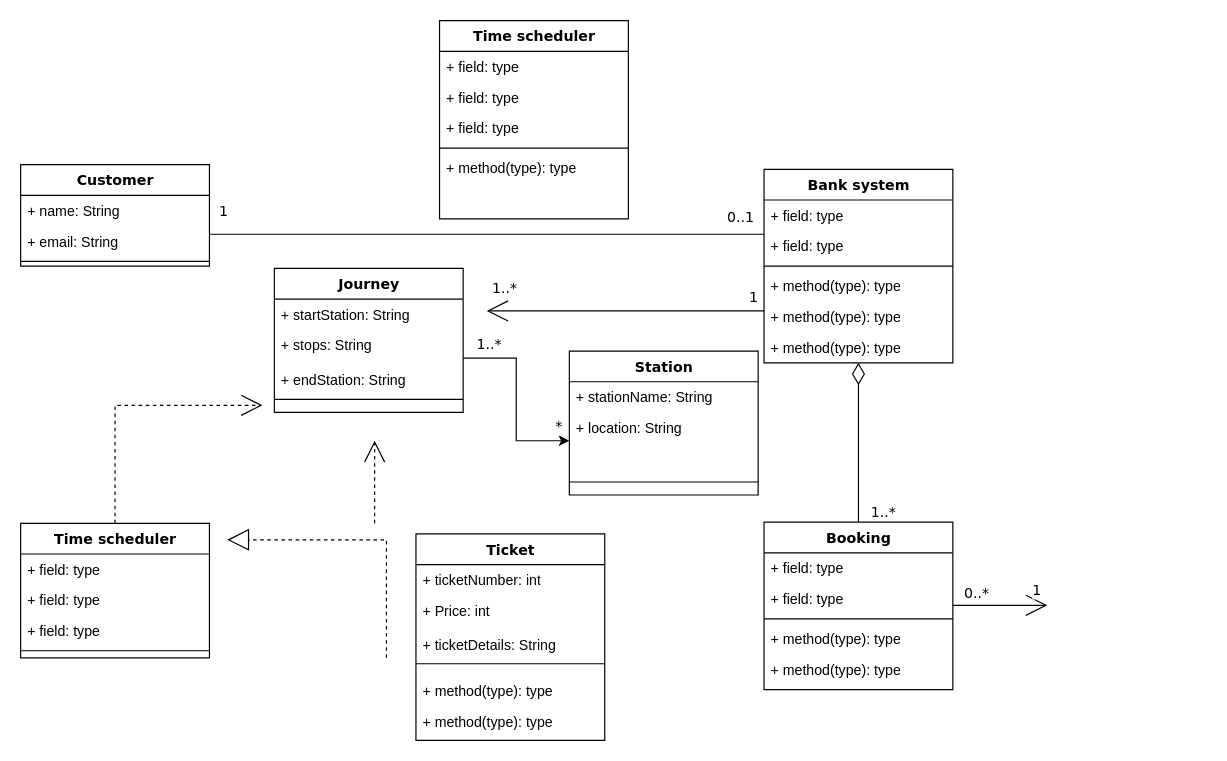
Earlier version of the draw.io diagram Class diagram.drawio (iafsh/TDDC88-lab3-UML). Source tidied: cells renumbered, new cells numbered last; positions are measured from the earlier drawing's top-left corner, leaving out a move shared by most shapes. Both pictures are drawn from the tidied source at 118%, with x=0, y=0 at pixel (20, 20).
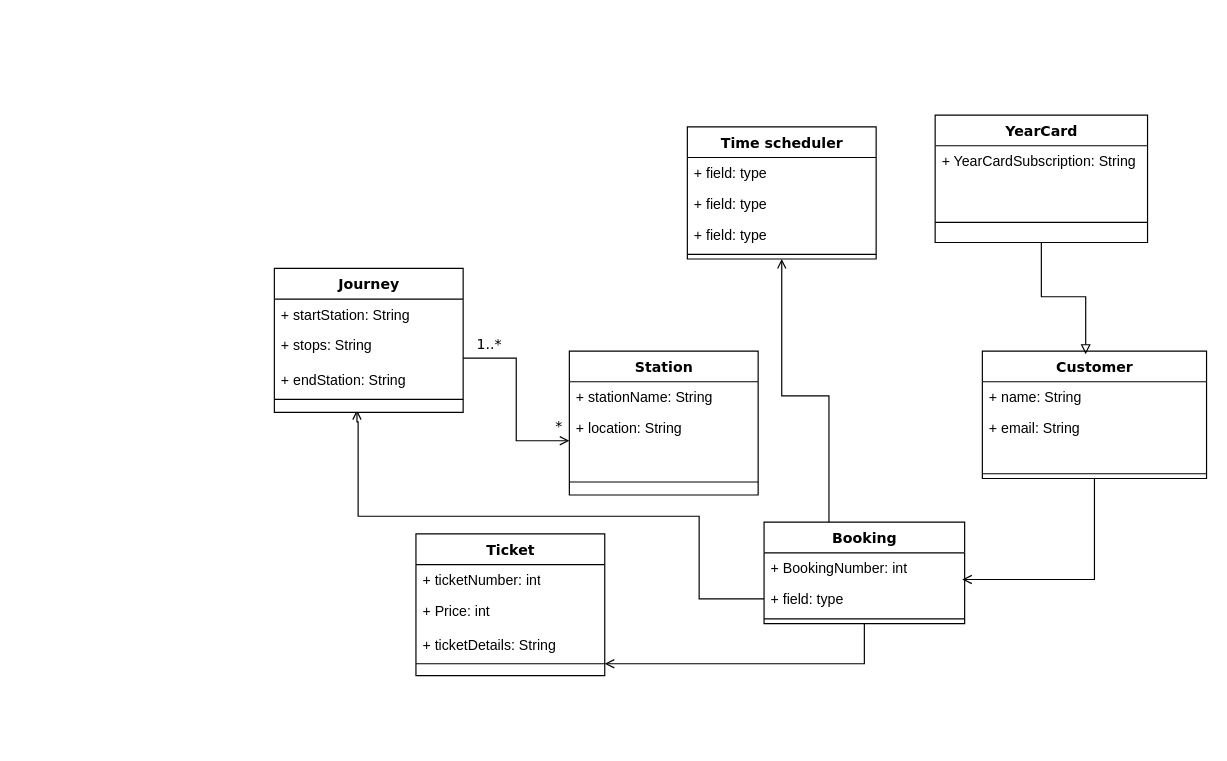
Above is the later version.

The change refers to these unchanged cells:
```xml
<mxCell id="41" style="line;html=1;strokeWidth=1;fillColor=none;align=left;verticalAlign=middle;spacingTop=-1;spacingLeft=3;spacingRight=3;labelPosition=right;points=[];portConstraint=eastwest;" parent="38" vertex="1">
  <mxGeometry y="100" width="160" height="20" as="geometry" />
</mxCell>
<mxCell id="52" value="&lt;div&gt;+ stops: String&lt;/div&gt;&lt;div&gt;&lt;br&gt;&lt;/div&gt;+ endStation: String&lt;div&gt;&lt;br&gt;&lt;/div&gt;&lt;div&gt;&lt;br&gt;&lt;/div&gt;" style="text;html=1;strokeColor=none;fillColor=none;align=left;verticalAlign=top;spacingLeft=4;spacingRight=4;whiteSpace=wrap;overflow=hidden;points=[[0,0.5],[1,0.5]];portConstraint=eastwest;" parent="50" vertex="1">
  <mxGeometry y="52" width="160" height="48" as="geometry" />
</mxCell>
<mxCell id="56" value="&lt;div&gt;+ location: String&lt;/div&gt;&lt;div&gt;&lt;br&gt;&lt;/div&gt;" style="text;html=1;strokeColor=none;fillColor=none;align=left;verticalAlign=top;spacingLeft=4;spacingRight=4;whiteSpace=wrap;overflow=hidden;points=[[0,0.5],[1,0.5]];portConstraint=eastwest;" parent="54" vertex="1">
  <mxGeometry y="52" width="160" height="48" as="geometry" />
</mxCell>
```

What changed in the source:
```diff
@@
-    <mxCell id="2" style="edgeStyle=orthogonalEdgeStyle;rounded=0;html=1;dashed=1;labelBackgroundColor=none;startArrow=none;startFill=0;startSize=8;endArrow=open;endFill=0;endSize=16;fontFamily=Verdana;fontSize=12;" parent="1" edge="1" source="3">
-      <mxGeometry relative="1" as="geometry">
-        <mxPoint x="205" y="326" as="targetPoint" />
-        <Array as="points">
-          <mxPoint x="80" y="326" />
-        </Array>
-      </mxGeometry>
-    </mxCell>
-    <mxCell id="3" value="Time scheduler" style="swimlane;html=1;fontStyle=1;align=center;verticalAlign=top;horizontal=1;startSize=26;swimlaneFillColor=#ffffff;rounded=0;shadow=0;comic=0;labelBackgroundColor=none;strokeWidth=1;fillColor=none;fontFamily=Verdana;fontSize=12;" parent="1" vertex="1">
-      <mxGeometry y="426" width="160" height="114" as="geometry" />
-    </mxCell>
-    <mxCell id="4" value="+ field: type" style="text;html=1;strokeColor=none;fillColor=none;align=left;verticalAlign=top;spacingLeft=4;spacingRight=4;whiteSpace=wrap;overflow=hidden;" parent="3" vertex="1">
-      <mxGeometry y="26" width="160" height="26" as="geometry" />
-    </mxCell>
-    <mxCell id="5" value="+ field: type" style="text;html=1;strokeColor=none;fillColor=none;align=left;verticalAlign=top;spacingLeft=4;spacingRight=4;whiteSpace=wrap;overflow=hidden;" parent="3" vertex="1">
-      <mxGeometry y="52" width="160" height="26" as="geometry" />
-    </mxCell>
-    <mxCell id="6" value="+ field: type" style="text;html=1;strokeColor=none;fillColor=none;align=left;verticalAlign=top;spacingLeft=4;spacingRight=4;whiteSpace=wrap;overflow=hidden;" parent="3" vertex="1">
-      <mxGeometry y="78" width="160" height="26" as="geometry" />
-    </mxCell>
-    <mxCell id="7" style="line;html=1;strokeWidth=1;fillColor=none;align=left;verticalAlign=middle;spacingTop=-1;spacingLeft=3;spacingRight=3;labelPosition=right;" parent="3" vertex="1">
-      <mxGeometry y="104" width="160" height="8" as="geometry" />
-    </mxCell>
     <mxCell id="8" value="Customer" style="swimlane;html=1;fontStyle=1;align=center;verticalAlign=top;horizontal=1;startSize=26;swimlaneFillColor=#ffffff;rounded=0;shadow=0;comic=0;labelBackgroundColor=none;strokeWidth=1;fillColor=none;fontFamily=Verdana;fontSize=12;" parent="1" vertex="1">
-      <mxGeometry y="122" width="160" height="86" as="geometry" />
+      <mxGeometry x="815" y="280" width="190" height="108" as="geometry" />
     </mxCell>
     <mxCell id="9" value="+ name: String" style="text;html=1;strokeColor=none;fillColor=none;align=left;verticalAlign=top;spacingLeft=4;spacingRight=4;whiteSpace=wrap;overflow=hidden;" parent="8" vertex="1">
-      <mxGeometry y="26" width="160" height="26" as="geometry" />
+      <mxGeometry y="26" width="190" height="26" as="geometry" />
     </mxCell>
     <mxCell id="10" value="+ email: String" style="text;html=1;strokeColor=none;fillColor=none;align=left;verticalAlign=top;spacingLeft=4;spacingRight=4;whiteSpace=wrap;overflow=hidden;" parent="8" vertex="1">
-      <mxGeometry y="52" width="160" height="26" as="geometry" />
+      <mxGeometry y="52" width="190" height="48" as="geometry" />
     </mxCell>
     <mxCell id="11" style="line;html=1;strokeWidth=1;fillColor=none;align=left;verticalAlign=middle;spacingTop=-1;spacingLeft=3;spacingRight=3;labelPosition=right;" parent="8" vertex="1">
-      <mxGeometry y="78" width="160" height="8" as="geometry" />
+      <mxGeometry y="100" width="190" height="8" as="geometry" />
     </mxCell>
-    <mxCell id="12" style="edgeStyle=orthogonalEdgeStyle;rounded=0;html=1;labelBackgroundColor=none;startArrow=none;startFill=0;startSize=8;endArrow=open;endFill=0;endSize=16;fontFamily=Verdana;fontSize=12;" parent="1" edge="1" source="18">
-      <mxGeometry relative="1" as="geometry">
-        <mxPoint x="395" y="246" as="targetPoint" />
-        <Array as="points">
-          <mxPoint x="470" y="246" />
-          <mxPoint x="470" y="246" />
-        </Array>
-      </mxGeometry>
-    </mxCell>
-    <mxCell id="13" value="1..*" style="text;html=1;align=center;verticalAlign=middle;labelBackgroundColor=#ffffff;fontSize=12;fontFamily=Verdana;" parent="12" vertex="1">
-      <mxGeometry x="0.86" y="2" relative="1" as="geometry">
-        <mxPoint x="-2" y="-22" as="offset" />
-      </mxGeometry>
-    </mxCell>
-    <mxCell id="14" value="1" style="text;html=1;align=center;verticalAlign=middle;labelBackgroundColor=#ffffff;fontSize=12;fontFamily=Verdana;" parent="12" vertex="1">
-      <mxGeometry x="0.36" y="152" relative="1" as="geometry">
-        <mxPoint x="150" y="-164" as="offset" />
-      </mxGeometry>
-    </mxCell>
-    <mxCell id="15" style="edgeStyle=orthogonalEdgeStyle;rounded=0;html=1;labelBackgroundColor=none;startArrow=none;startFill=0;startSize=8;endArrow=none;endFill=0;endSize=16;fontFamily=Verdana;fontSize=12;" parent="1" edge="1" source="18" target="8">
-      <mxGeometry relative="1" as="geometry">
-        <Array as="points">
-          <mxPoint x="530" y="181" />
-          <mxPoint x="530" y="181" />
-        </Array>
-      </mxGeometry>
-    </mxCell>
-    <mxCell id="16" value="0..1" style="text;html=1;align=center;verticalAlign=middle;labelBackgroundColor=#ffffff;fontSize=12;fontFamily=Verdana;" parent="15" vertex="1">
-      <mxGeometry x="-0.57" y="-86" relative="1" as="geometry">
-        <mxPoint x="80" y="71" as="offset" />
-      </mxGeometry>
-    </mxCell>
-    <mxCell id="17" value="1" style="text;html=1;align=center;verticalAlign=middle;labelBackgroundColor=#ffffff;fontSize=12;fontFamily=Verdana;" parent="15" vertex="1">
-      <mxGeometry x="0.89" y="-1" relative="1" as="geometry">
-        <mxPoint x="-15" y="-19" as="offset" />
-      </mxGeometry>
-    </mxCell>
-    <mxCell id="18" value="Bank system" style="swimlane;html=1;fontStyle=1;align=center;verticalAlign=top;horizontal=1;startSize=26;swimlaneFillColor=#ffffff;rounded=0;shadow=0;comic=0;labelBackgroundColor=none;strokeWidth=1;fillColor=none;fontFamily=Verdana;fontSize=12;" parent="1" vertex="1">
-      <mxGeometry x="630" y="126" width="160" height="164" as="geometry" />
-    </mxCell>
-    <mxCell id="19" value="+ field: type" style="text;html=1;strokeColor=none;fillColor=none;align=left;verticalAlign=top;spacingLeft=4;spacingRight=4;whiteSpace=wrap;overflow=hidden;" parent="18" vertex="1">
-      <mxGeometry y="26" width="160" height="26" as="geometry" />
-    </mxCell>
-    <mxCell id="20" value="+ field: type" style="text;html=1;strokeColor=none;fillColor=none;align=left;verticalAlign=top;spacingLeft=4;spacingRight=4;whiteSpace=wrap;overflow=hidden;" parent="18" vertex="1">
-      <mxGeometry y="52" width="160" height="26" as="geometry" />
-    </mxCell>
-    <mxCell id="21" style="line;html=1;strokeWidth=1;fillColor=none;align=left;verticalAlign=middle;spacingTop=-1;spacingLeft=3;spacingRight=3;labelPosition=right;" parent="18" vertex="1">
-      <mxGeometry y="78" width="160" height="8" as="geometry" />
-    </mxCell>
-    <mxCell id="22" value="+ method(type): type" style="text;html=1;strokeColor=none;fillColor=none;align=left;verticalAlign=top;spacingLeft=4;spacingRight=4;whiteSpace=wrap;overflow=hidden;" parent="18" vertex="1">
-      <mxGeometry y="86" width="160" height="26" as="geometry" />
-    </mxCell>
-    <mxCell id="23" value="+ method(type): type" style="text;html=1;strokeColor=none;fillColor=none;align=left;verticalAlign=top;spacingLeft=4;spacingRight=4;whiteSpace=wrap;overflow=hidden;" parent="18" vertex="1">
-      <mxGeometry y="112" width="160" height="26" as="geometry" />
-    </mxCell>
-    <mxCell id="24" value="+ method(type): type" style="text;html=1;strokeColor=none;fillColor=none;align=left;verticalAlign=top;spacingLeft=4;spacingRight=4;whiteSpace=wrap;overflow=hidden;" parent="18" vertex="1">
-      <mxGeometry y="138" width="160" height="26" as="geometry" />
-    </mxCell>
-    <mxCell id="25" style="edgeStyle=orthogonalEdgeStyle;rounded=0;html=1;dashed=1;labelBackgroundColor=none;startArrow=none;startFill=0;startSize=8;endArrow=open;endFill=0;endSize=16;fontFamily=Verdana;fontSize=12;" parent="1" edge="1">
-      <mxGeometry relative="1" as="geometry">
-        <mxPoint x="300" y="426" as="sourcePoint" />
-        <mxPoint x="300" y="356" as="targetPoint" />
-      </mxGeometry>
-    </mxCell>
-    <mxCell id="26" style="edgeStyle=orthogonalEdgeStyle;rounded=0;html=1;labelBackgroundColor=none;startArrow=none;startFill=0;startSize=8;endArrow=diamondThin;endFill=0;endSize=16;fontFamily=Verdana;fontSize=12;" parent="1" edge="1" source="31" target="18">
-      <mxGeometry relative="1" as="geometry" />
-    </mxCell>
-    <mxCell id="27" value="1..*" style="text;html=1;align=center;verticalAlign=middle;labelBackgroundColor=#ffffff;fontSize=12;fontFamily=Verdana;" parent="26" vertex="1">
-      <mxGeometry x="-0.85" y="-1" relative="1" as="geometry">
-        <mxPoint x="19" y="1" as="offset" />
-      </mxGeometry>
-    </mxCell>
-    <mxCell id="28" style="edgeStyle=orthogonalEdgeStyle;rounded=0;html=1;labelBackgroundColor=none;startArrow=none;startFill=0;startSize=8;endArrow=open;endFill=0;endSize=16;fontFamily=Verdana;fontSize=12;" parent="1" edge="1" source="31">
-      <mxGeometry relative="1" as="geometry">
-        <mxPoint x="870" y="495.5" as="targetPoint" />
-      </mxGeometry>
-    </mxCell>
-    <mxCell id="29" value="0..*" style="text;html=1;align=center;verticalAlign=middle;labelBackgroundColor=#ffffff;fontSize=12;fontFamily=Verdana;" parent="28" vertex="1">
-      <mxGeometry x="-0.79" relative="1" as="geometry">
-        <mxPoint x="11" y="-10" as="offset" />
-      </mxGeometry>
-    </mxCell>
-    <mxCell id="30" value="1" style="text;html=1;align=center;verticalAlign=middle;labelBackgroundColor=#ffffff;fontSize=12;fontFamily=Verdana;" parent="28" vertex="1">
-      <mxGeometry x="0.7" y="1" relative="1" as="geometry">
-        <mxPoint x="2" y="-12" as="offset" />
-      </mxGeometry>
-    </mxCell>
+    <mxCell id="61" style="edgeStyle=orthogonalEdgeStyle;rounded=0;jettySize=auto;html=1;endArrow=open;endFill=0;" parent="1" edge="1" source="31" target="41">
+      <mxGeometry relative="1" as="geometry" />
+    </mxCell>
+    <mxCell id="62" style="edgeStyle=orthogonalEdgeStyle;rounded=0;jettySize=auto;html=1;entryX=0.5;entryY=1;entryDx=0;entryDy=0;endArrow=open;endFill=0;" parent="1" edge="1" source="31" target="44">
+      <mxGeometry relative="1" as="geometry">
+        <Array as="points">
+          <mxPoint x="685" y="318" />
+          <mxPoint x="645" y="318" />
+          <mxPoint x="645" y="210" />
+        </Array>
+      </mxGeometry>
+    </mxCell>
     <mxCell id="31" value="Booking" style="swimlane;html=1;fontStyle=1;align=center;verticalAlign=top;horizontal=1;startSize=26;swimlaneFillColor=#ffffff;rounded=0;shadow=0;comic=0;labelBackgroundColor=none;strokeWidth=1;fillColor=none;fontFamily=Verdana;fontSize=12;" parent="1" vertex="1">
-      <mxGeometry x="630" y="425" width="160" height="142" as="geometry" />
+      <mxGeometry x="630" y="425" width="170" height="86" as="geometry" />
     </mxCell>
-    <mxCell id="32" value="+ field: type" style="text;html=1;strokeColor=none;fillColor=none;align=left;verticalAlign=top;spacingLeft=4;spacingRight=4;whiteSpace=wrap;overflow=hidden;" parent="31" vertex="1">
-      <mxGeometry y="26" width="160" height="26" as="geometry" />
+    <mxCell id="32" value="+ BookingNumber: int" style="text;html=1;strokeColor=none;fillColor=none;align=left;verticalAlign=top;spacingLeft=4;spacingRight=4;whiteSpace=wrap;overflow=hidden;" parent="31" vertex="1">
+      <mxGeometry y="26" width="170" height="26" as="geometry" />
     </mxCell>
+    <mxCell id="63" style="edgeStyle=orthogonalEdgeStyle;rounded=0;jettySize=auto;html=1;endArrow=open;endFill=0;" parent="31" edge="1" source="33">
+      <mxGeometry relative="1" as="geometry">
+        <mxPoint x="-345" y="-95" as="targetPoint" />
+        <Array as="points">
+          <mxPoint x="-55" y="65" />
+          <mxPoint x="-55" y="-5" />
+          <mxPoint x="-344" y="-5" />
+          <mxPoint x="-344" y="-85" />
+        </Array>
+      </mxGeometry>
+    </mxCell>
     <mxCell id="33" value="+ field: type" style="text;html=1;strokeColor=none;fillColor=none;align=left;verticalAlign=top;spacingLeft=4;spacingRight=4;whiteSpace=wrap;overflow=hidden;points=[[0,0.5],[1,0.5]];portConstraint=eastwest;" parent="31" vertex="1">
-      <mxGeometry y="52" width="160" height="26" as="geometry" />
+      <mxGeometry y="52" width="170" height="26" as="geometry" />
     </mxCell>
     <mxCell id="34" style="line;html=1;strokeWidth=1;fillColor=none;align=left;verticalAlign=middle;spacingTop=-1;spacingLeft=3;spacingRight=3;labelPosition=right;" parent="31" vertex="1">
-      <mxGeometry y="78" width="160" height="8" as="geometry" />
+      <mxGeometry y="78" width="170" height="8" as="geometry" />
     </mxCell>
-    <mxCell id="35" value="+ method(type): type" style="text;html=1;strokeColor=none;fillColor=none;align=left;verticalAlign=top;spacingLeft=4;spacingRight=4;whiteSpace=wrap;overflow=hidden;" parent="31" vertex="1">
-      <mxGeometry y="86" width="160" height="26" as="geometry" />
-    </mxCell>
-    <mxCell id="36" value="+ method(type): type" style="text;html=1;strokeColor=none;fillColor=none;align=left;verticalAlign=top;spacingLeft=4;spacingRight=4;whiteSpace=wrap;overflow=hidden;" parent="31" vertex="1">
-      <mxGeometry y="112" width="160" height="26" as="geometry" />
-    </mxCell>
-    <mxCell id="37" style="edgeStyle=orthogonalEdgeStyle;rounded=0;html=1;dashed=1;labelBackgroundColor=none;startArrow=none;startFill=0;startSize=8;endArrow=block;endFill=0;endSize=16;fontFamily=Verdana;fontSize=12;" parent="1" edge="1">
-      <mxGeometry relative="1" as="geometry">
-        <mxPoint x="310" y="540" as="sourcePoint" />
-        <mxPoint x="175" y="440" as="targetPoint" />
-        <Array as="points">
-          <mxPoint x="310" y="440" />
-        </Array>
-      </mxGeometry>
-    </mxCell>
     <mxCell id="38" value="Ticket" style="swimlane;html=1;fontStyle=1;align=center;verticalAlign=top;horizontal=1;startSize=26;swimlaneFillColor=#ffffff;rounded=0;shadow=0;comic=0;labelBackgroundColor=none;strokeWidth=1;fillColor=none;fontFamily=Verdana;fontSize=12;" parent="1" vertex="1">
-      <mxGeometry x="335" y="435" width="160" height="175" as="geometry" />
+      <mxGeometry x="335" y="435" width="160" height="120" as="geometry" />
     </mxCell>
@@
-    <mxCell id="42" value="+ method(type): type" style="text;html=1;strokeColor=none;fillColor=none;align=left;verticalAlign=top;spacingLeft=4;spacingRight=4;whiteSpace=wrap;overflow=hidden;" parent="38" vertex="1">
-      <mxGeometry y="120" width="160" height="26" as="geometry" />
-    </mxCell>
-    <mxCell id="43" value="+ method(type): type" style="text;html=1;strokeColor=none;fillColor=none;align=left;verticalAlign=top;spacingLeft=4;spacingRight=4;whiteSpace=wrap;overflow=hidden;" parent="38" vertex="1">
-      <mxGeometry y="146" width="160" height="22" as="geometry" />
-    </mxCell>
     <mxCell id="44" value="Time scheduler" style="swimlane;html=1;fontStyle=1;align=center;verticalAlign=top;horizontal=1;startSize=26;swimlaneFillColor=#ffffff;rounded=0;shadow=0;comic=0;labelBackgroundColor=none;strokeWidth=1;fillColor=none;fontFamily=Verdana;fontSize=12;" parent="1" vertex="1">
-      <mxGeometry x="355" width="160" height="168" as="geometry" />
+      <mxGeometry x="565" y="90" width="160" height="112" as="geometry" />
     </mxCell>
@@
-    <mxCell id="49" value="+ method(type): type" style="text;html=1;strokeColor=none;fillColor=none;align=left;verticalAlign=top;spacingLeft=4;spacingRight=4;whiteSpace=wrap;overflow=hidden;" parent="44" vertex="1">
-      <mxGeometry y="112" width="160" height="26" as="geometry" />
-    </mxCell>
@@
-    <mxCell id="58" style="edgeStyle=orthogonalEdgeStyle;rounded=0;jettySize=auto;html=1;entryX=0;entryY=0.5;entryDx=0;entryDy=0;" parent="1" edge="1" source="52" target="56">
+    <mxCell id="58" style="edgeStyle=orthogonalEdgeStyle;rounded=0;jettySize=auto;html=1;entryX=0;entryY=0.5;entryDx=0;entryDy=0;endArrow=open;endFill=0;" parent="1" edge="1" source="52" target="56">
       <mxGeometry relative="1" as="geometry" />
     </mxCell>
@@
+    <mxCell id="64" style="edgeStyle=orthogonalEdgeStyle;rounded=0;jettySize=auto;html=1;entryX=0.988;entryY=-0.13;entryDx=0;entryDy=0;entryPerimeter=0;endArrow=open;endFill=0;" parent="1" edge="1" source="8" target="33">
+      <mxGeometry relative="1" as="geometry" />
+    </mxCell>
+    <mxCell id="65" value="YearCard" style="swimlane;html=1;fontStyle=1;align=center;verticalAlign=top;horizontal=1;startSize=26;swimlaneFillColor=#ffffff;rounded=0;shadow=0;comic=0;labelBackgroundColor=none;strokeWidth=1;fillColor=none;fontFamily=Verdana;fontSize=12;" parent="1" vertex="1">
+      <mxGeometry x="775" y="80" width="180" height="108" as="geometry" />
+    </mxCell>
+    <mxCell id="66" value="&lt;div&gt;&lt;span style=&quot;background-color: initial;&quot;&gt;+ YearCardSubscription: String&lt;/span&gt;&lt;br&gt;&lt;/div&gt;" style="text;html=1;strokeColor=none;fillColor=none;align=left;verticalAlign=top;spacingLeft=4;spacingRight=4;whiteSpace=wrap;overflow=hidden;" parent="65" vertex="1">
+      <mxGeometry y="26" width="180" height="48" as="geometry" />
+    </mxCell>
+    <mxCell id="67" style="line;html=1;strokeWidth=1;fillColor=none;align=left;verticalAlign=middle;spacingTop=-1;spacingLeft=3;spacingRight=3;labelPosition=right;" parent="65" vertex="1">
+      <mxGeometry y="74" width="180" height="34" as="geometry" />
+    </mxCell>
+    <mxCell id="68" style="edgeStyle=orthogonalEdgeStyle;rounded=0;jettySize=auto;html=1;entryX=0.461;entryY=0.026;entryDx=0;entryDy=0;entryPerimeter=0;endArrow=block;endFill=0;" parent="1" edge="1" source="65" target="8">
+      <mxGeometry relative="1" as="geometry" />
+    </mxCell>
```
